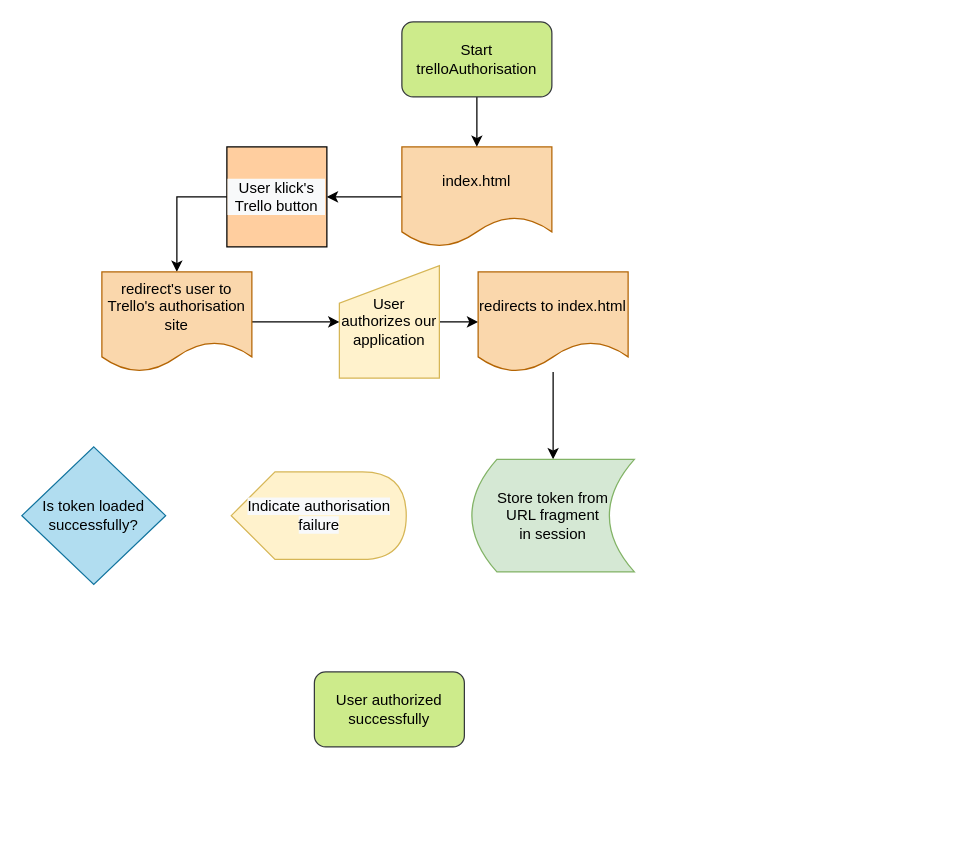
Above: UML & Flowcharts/drawi.io/trelloOauth.drawio in denBruneBarone/P2 (draw.io), before the change. Source tidied: cells renumbered, new cells numbered last; positions are measured from the earlier drawing's top-left corner, leaving out a move shared by most shapes. Both pictures are drawn from the tidied source at 125%, with x=0, y=0 at pixel (21, 21).
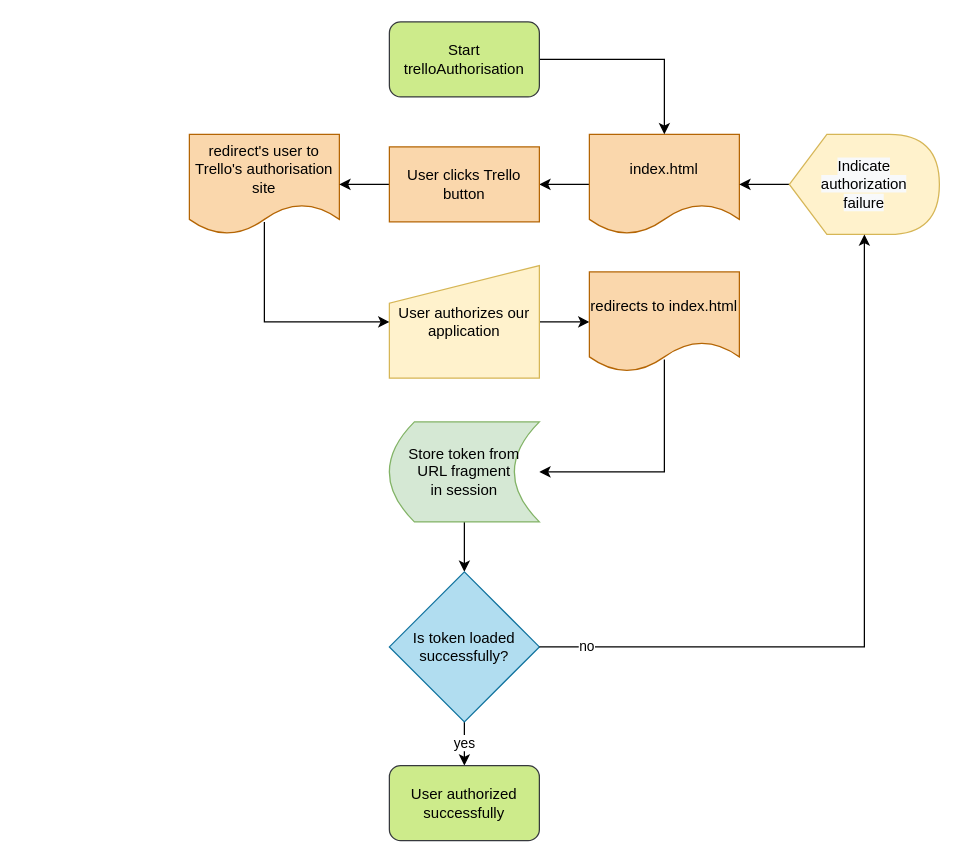
The same page after the edit.

The edit, as a diff of the source:
```diff
@@
-    <mxCell id="2" style="edgeStyle=orthogonalEdgeStyle;rounded=0;jettySize=auto;html=1;fontColor=default;entryX=1;entryY=0.5;entryDx=0;entryDy=0;" parent="1" edge="1" source="3" target="17">
-      <mxGeometry relative="1" as="geometry" />
-    </mxCell>
+    <mxCell id="18" style="edgeStyle=orthogonalEdgeStyle;rounded=0;jettySize=auto;html=1;" parent="1" edge="1" source="3" target="23">
+      <mxGeometry relative="1" as="geometry" />
+    </mxCell>
     <mxCell id="3" value="index.html" style="shape=document;whiteSpace=wrap;html=1;boundedLbl=1;fillColor=#fad7ac;strokeColor=#b46504;" parent="1" vertex="1">
-      <mxGeometry x="304" y="100" width="120" height="80" as="geometry" />
+      <mxGeometry x="454" y="90" width="120" height="80" as="geometry" />
     </mxCell>
-    <mxCell id="4" style="edgeStyle=orthogonalEdgeStyle;rounded=0;jettySize=auto;html=1;exitX=0;exitY=0.5;exitDx=0;exitDy=0;entryX=0.5;entryY=0;entryDx=0;entryDy=0;fontColor=default;" parent="1" edge="1" source="17" target="10">
-      <mxGeometry relative="1" as="geometry" />
-    </mxCell>
@@
     <mxCell id="6" value="&lt;span style=&quot;font-family: helvetica; font-size: 12px; font-style: normal; font-weight: 400; letter-spacing: normal; text-align: center; text-indent: 0px; text-transform: none; word-spacing: 0px; display: inline; float: none;&quot;&gt;User authorizes our application&lt;/span&gt;" style="shape=manualInput;whiteSpace=wrap;html=1;fillColor=#fff2cc;strokeColor=#d6b656;labelBackgroundColor=none;gradientColor=none;" parent="1" vertex="1">
-      <mxGeometry x="254" y="195" width="80" height="90" as="geometry" />
+      <mxGeometry x="294" y="195" width="120" height="90" as="geometry" />
     </mxCell>
-    <mxCell id="7" style="edgeStyle=orthogonalEdgeStyle;rounded=0;jettySize=auto;html=1;fontColor=default;" parent="1" edge="1" source="8" target="11">
-      <mxGeometry relative="1" as="geometry" />
-    </mxCell>
     <mxCell id="8" value="redirects to index.html" style="shape=document;whiteSpace=wrap;html=1;boundedLbl=1;fillColor=#fad7ac;strokeColor=#b46504;" parent="1" vertex="1">
-      <mxGeometry x="365" y="200" width="120" height="80" as="geometry" />
+      <mxGeometry x="454" y="200" width="120" height="80" as="geometry" />
     </mxCell>
-    <mxCell id="9" style="edgeStyle=orthogonalEdgeStyle;rounded=0;jettySize=auto;html=1;fontColor=default;" parent="1" edge="1" source="10" target="6">
-      <mxGeometry relative="1" as="geometry" />
-    </mxCell>
     <mxCell id="10" value="redirect's user to Trello's authorisation site" style="shape=document;whiteSpace=wrap;html=1;boundedLbl=1;labelBackgroundColor=none;fillColor=#fad7ac;strokeColor=#b46504;" parent="1" vertex="1">
-      <mxGeometry x="64" y="200" width="120" height="80" as="geometry" />
+      <mxGeometry x="134" y="90" width="120" height="80" as="geometry" />
     </mxCell>
+    <mxCell id="19" style="edgeStyle=orthogonalEdgeStyle;rounded=0;jettySize=auto;html=1;" parent="1" edge="1" source="11" target="12">
+      <mxGeometry relative="1" as="geometry" />
+    </mxCell>
     <mxCell id="11" value="Store token from &lt;br&gt;URL fragment &lt;br&gt;in session" style="shape=dataStorage;whiteSpace=wrap;html=1;fixedSize=1;labelBackgroundColor=none;fillColor=#d5e8d4;strokeColor=#82b366;gradientColor=none;" parent="1" vertex="1">
-      <mxGeometry x="360" y="350" width="130" height="90" as="geometry" />
+      <mxGeometry x="294" y="320" width="120" height="80" as="geometry" />
     </mxCell>
+    <mxCell id="20" value="yes" style="edgeStyle=orthogonalEdgeStyle;rounded=0;jettySize=auto;html=1;" parent="1" edge="1" source="12" target="13">
+      <mxGeometry relative="1" as="geometry" />
+    </mxCell>
     <mxCell id="12" value="Is token loaded successfully?" style="rhombus;whiteSpace=wrap;html=1;labelBackgroundColor=none;fillColor=#b1ddf0;strokeColor=#10739e;" parent="1" vertex="1">
-      <mxGeometry y="340" width="115" height="110" as="geometry" />
+      <mxGeometry x="294" y="440" width="120" height="120" as="geometry" />
     </mxCell>
     <mxCell id="13" value="User authorized successfully" style="rounded=1;whiteSpace=wrap;html=1;fillColor=#cdeb8b;strokeColor=#36393d;" parent="1" vertex="1">
-      <mxGeometry x="234" y="520" width="120" height="60" as="geometry" />
+      <mxGeometry x="294" y="595" width="120" height="60" as="geometry" />
     </mxCell>
+    <mxCell id="21" style="edgeStyle=orthogonalEdgeStyle;rounded=0;jettySize=auto;html=1;" parent="1" edge="1" source="14" target="3">
+      <mxGeometry relative="1" as="geometry" />
+    </mxCell>
-    <mxCell id="14" value="&lt;span style=&quot;color: rgb(0 , 0 , 0) ; font-family: &amp;#34;helvetica&amp;#34; ; font-size: 12px ; font-style: normal ; font-weight: 400 ; letter-spacing: normal ; text-align: center ; text-indent: 0px ; text-transform: none ; word-spacing: 0px ; display: inline ; float: none ; background-color: rgb(248 , 249 , 250)&quot;&gt;Indicate authorisation failure&lt;/span&gt;" style="shape=display;whiteSpace=wrap;html=1;labelBackgroundColor=none;fillColor=#fff2cc;strokeColor=#d6b656;" parent="1" vertex="1">
-      <mxGeometry x="167.5" y="360" width="140" height="70" as="geometry" />
+    <mxCell id="14" value="&lt;span style=&quot;color: rgb(0 , 0 , 0) ; font-family: &amp;#34;helvetica&amp;#34; ; font-size: 12px ; font-style: normal ; font-weight: 400 ; letter-spacing: normal ; text-align: center ; text-indent: 0px ; text-transform: none ; word-spacing: 0px ; display: inline ; float: none ; background-color: rgb(248 , 249 , 250)&quot;&gt;Indicate &lt;br&gt;authorization &lt;br&gt;failure&lt;/span&gt;" style="shape=display;whiteSpace=wrap;html=1;labelBackgroundColor=none;fillColor=#fff2cc;strokeColor=#d6b656;" parent="1" vertex="1">
+      <mxGeometry x="614" y="90" width="120" height="80" as="geometry" />
     </mxCell>
@@
     <mxCell id="16" value="Start trelloAuthorisation" style="rounded=1;whiteSpace=wrap;html=1;fillColor=#cdeb8b;strokeColor=#36393d;" parent="1" vertex="1">
-      <mxGeometry x="304" width="120" height="60" as="geometry" />
+      <mxGeometry x="294" width="120" height="60" as="geometry" />
     </mxCell>
-    <mxCell id="17" value="&lt;span&gt;User klick's Trello button&lt;/span&gt;" style="whiteSpace=wrap;html=1;labelBackgroundColor=#F8F9FA;fontColor=default;fillColor=#FFCE9F;gradientColor=none;" parent="1" vertex="1">
-      <mxGeometry x="164" y="100" width="80" height="80" as="geometry" />
-    </mxCell>
+    <mxCell id="22" style="edgeStyle=orthogonalEdgeStyle;rounded=0;jettySize=auto;html=1;" parent="1" edge="1" source="23" target="10">
+      <mxGeometry relative="1" as="geometry" />
+    </mxCell>
+    <mxCell id="23" value="User clicks Trello button" style="rounded=0;whiteSpace=wrap;html=1;fillColor=#fad7ac;strokeColor=#b46504;" parent="1" vertex="1">
+      <mxGeometry x="294" y="100" width="120" height="60" as="geometry" />
+    </mxCell>
+    <mxCell id="24" style="endArrow=classic;html=1;rounded=0;entryX=0;entryY=0.5;entryDx=0;entryDy=0;" parent="1" edge="1" target="6">
+      <mxGeometry relative="1" as="geometry">
+        <mxPoint x="194" y="160" as="sourcePoint" />
+        <Array as="points">
+          <mxPoint x="194" y="240" />
+        </Array>
+      </mxGeometry>
+    </mxCell>
+    <mxCell id="7" style="endArrow=classic;html=1;rounded=0;entryX=1;entryY=0.5;entryDx=0;entryDy=0;exitX=0.5;exitY=0.875;exitDx=0;exitDy=0;exitPerimeter=0;" parent="1" edge="1" source="8" target="11">
+      <mxGeometry relative="1" as="geometry">
+        <Array as="points">
+          <mxPoint x="514" y="360" />
+        </Array>
+      </mxGeometry>
+    </mxCell>
+    <mxCell id="25" value="no" style="endArrow=classic;html=1;rounded=0;exitX=1;exitY=0.5;exitDx=0;exitDy=0;entryX=0.5;entryY=1;entryDx=0;entryDy=0;entryPerimeter=0;" parent="1" edge="1" source="12" target="14">
+      <mxGeometry x="-0.87" relative="1" as="geometry">
+        <Array as="points">
+          <mxPoint x="674" y="500" />
+        </Array>
+      </mxGeometry>
+    </mxCell>
```
